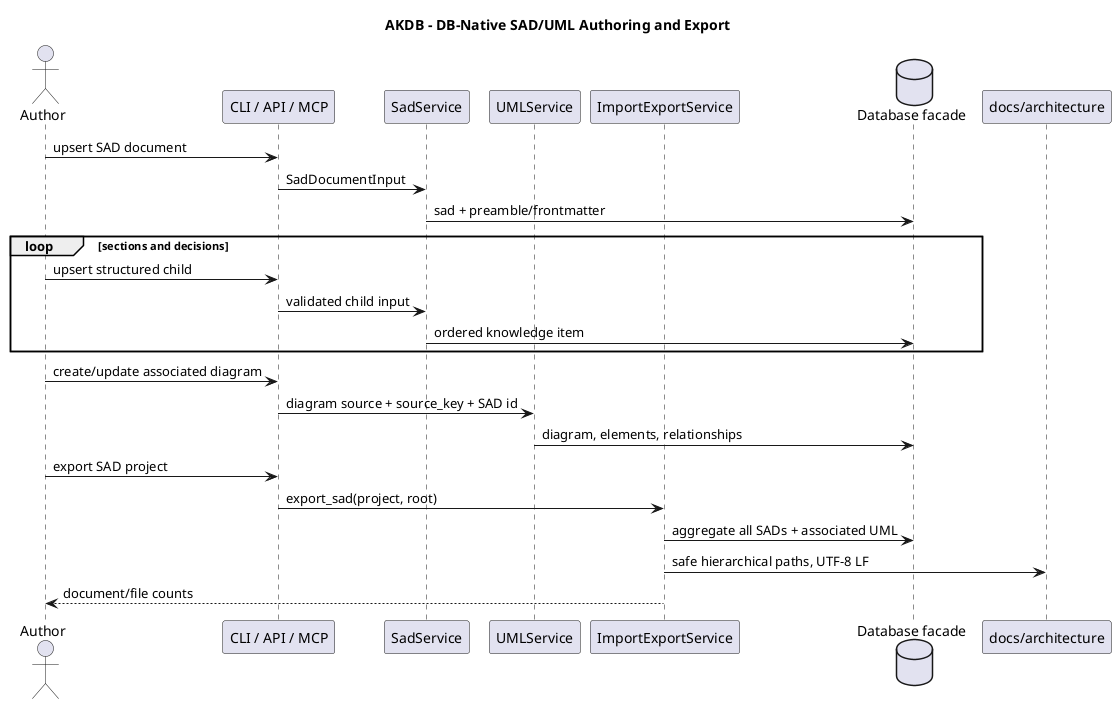
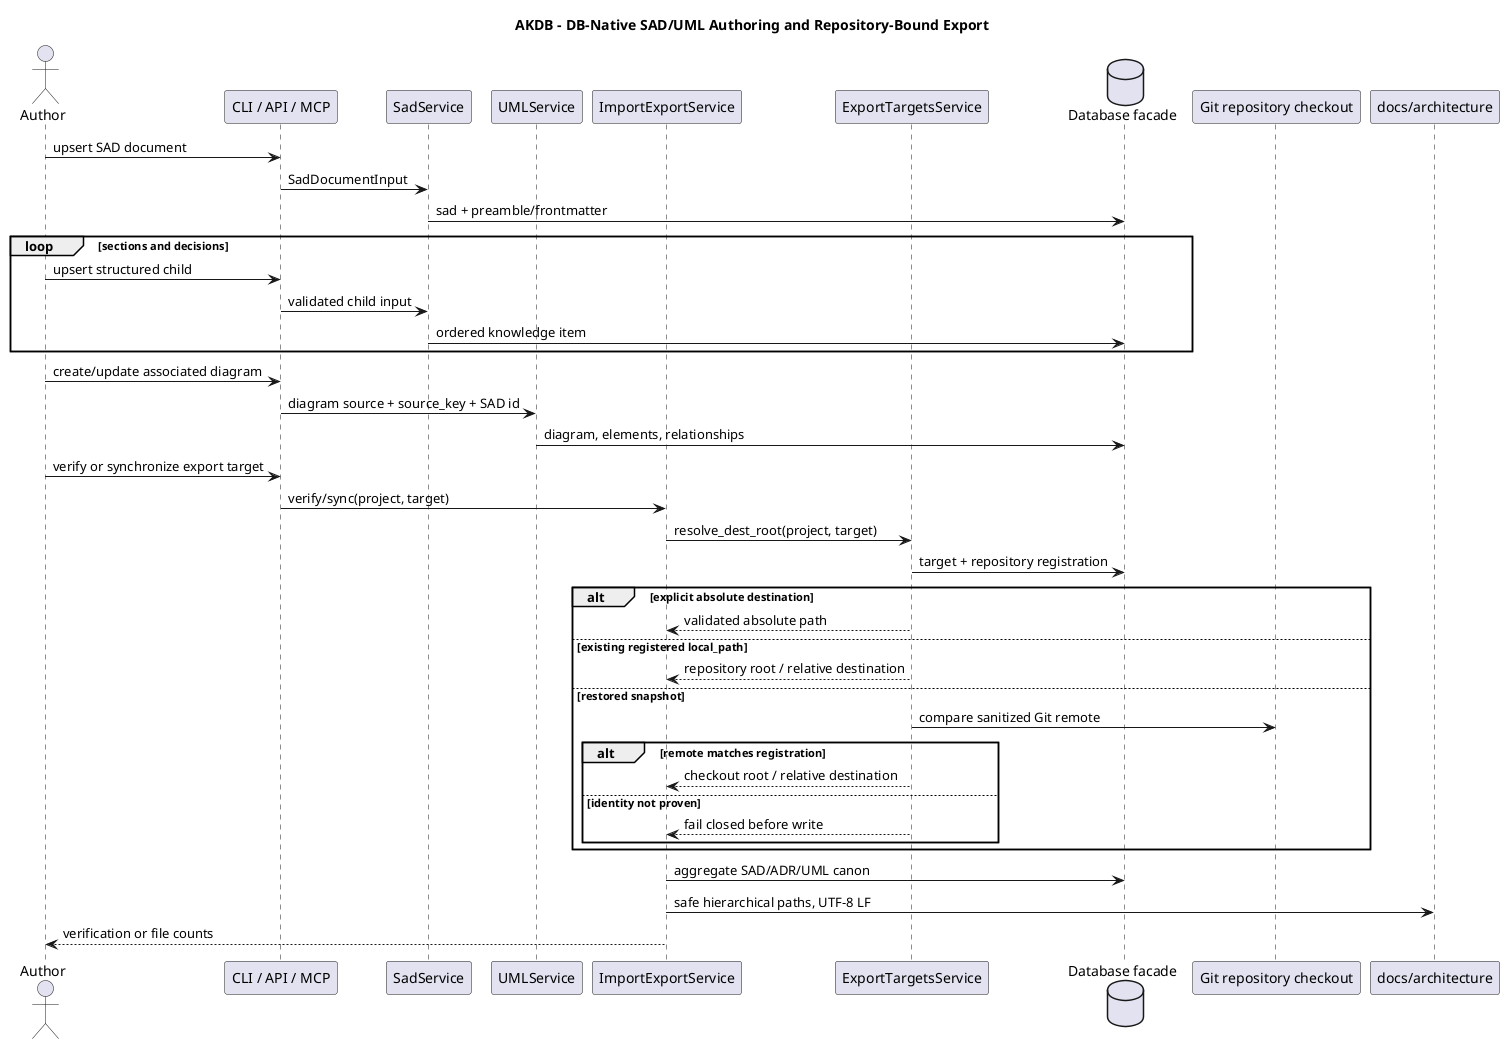
@startuml akdb-sad-export
- title AKDB - DB-Native SAD/UML Authoring and Export
+ title AKDB - DB-Native SAD/UML Authoring and Repository-Bound Export
actor Author
participant "CLI / API / MCP" as Surface
participant SadService
participant UMLService
participant ImportExportService
+ participant ExportTargetsService as Targets
database "Database facade" as DB
+ participant "Git repository checkout" as Repo
participant "docs/architecture" as Projection
Author -> Surface : upsert SAD document
Surface -> SadService : SadDocumentInput
SadService -> DB : sad + preamble/frontmatter
loop sections and decisions
 Author -> Surface : upsert structured child
 Surface -> SadService : validated child input
 SadService -> DB : ordered knowledge item
end
Author -> Surface : create/update associated diagram
Surface -> UMLService : diagram source + source_key + SAD id
UMLService -> DB : diagram, elements, relationships
- Author -> Surface : export SAD project
- Surface -> ImportExportService : export_sad(project, root)
- ImportExportService -> DB : aggregate all SADs + associated UML
+ Author -> Surface : verify or synchronize export target
+ Surface -> ImportExportService : verify/sync(project, target)
+ ImportExportService -> Targets : resolve_dest_root(project, target)
+ Targets -> DB : target + repository registration
+ alt explicit absolute destination
+  Targets --> ImportExportService : validated absolute path
+ else existing registered local_path
+  Targets --> ImportExportService : repository root / relative destination
+ else restored snapshot
+  Targets -> Repo : compare sanitized Git remote
+  alt remote matches registration
+   Targets --> ImportExportService : checkout root / relative destination
+  else identity not proven
+   Targets --> ImportExportService : fail closed before write
+  end
+ end
+ ImportExportService -> DB : aggregate SAD/ADR/UML canon
ImportExportService -> Projection : safe hierarchical paths, UTF-8 LF
- ImportExportService --> Author : document/file counts
+ ImportExportService --> Author : verification or file counts
@enduml
